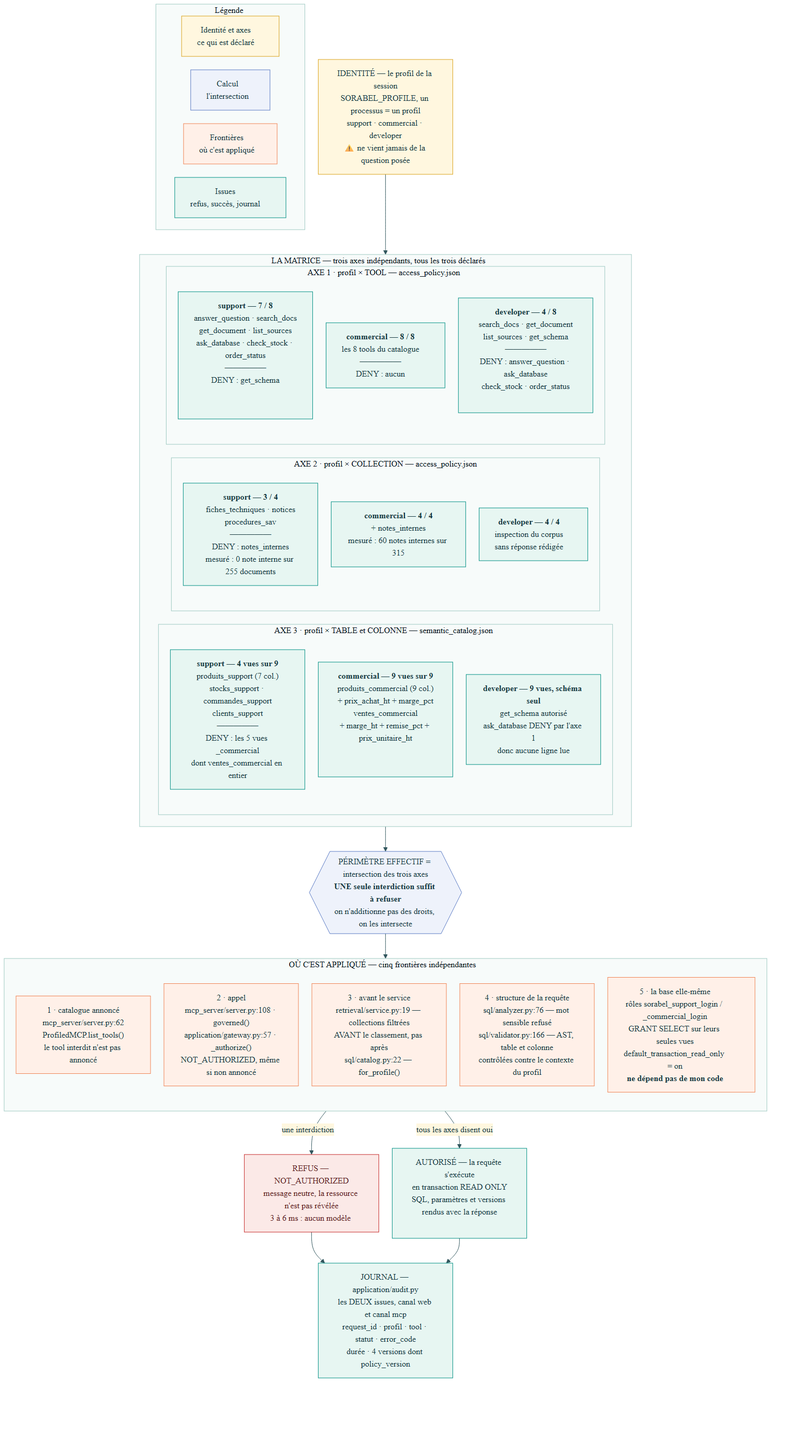
Ganda15/sorabel-gateway keeps this Mermaid diagram as docs/livrable/architecture/diagrams/15-matrice-acces-complete.png. Above is the earlier version. Its source is kept beside it as docs/livrable/architecture/diagrams/15-matrice-acces-complete.mmd.
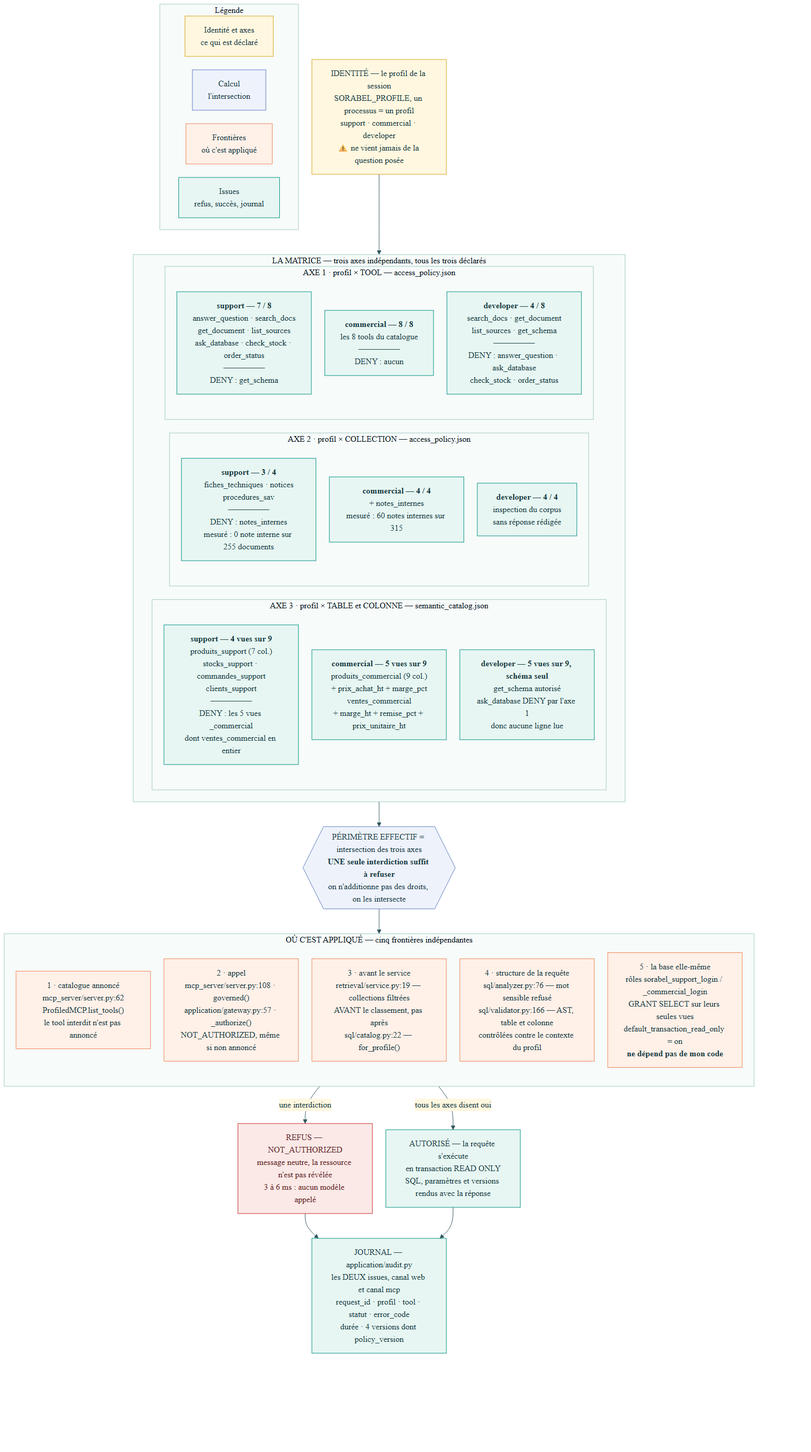
Above is the later version.

Commit message:
Corriger le nombre de vues par profil : le schema 15 annoncait 9, il y en a 5

Diff of the diagram source:
```diff
@@ -23,8 +23,8 @@
     subgraph A3["AXE 3 · profil × TABLE et COLONNE — semantic_catalog.json"]
       direction TB
       S1["<b>support — 4 vues sur 9</b><br/>produits_support (7 col.)<br/>stocks_support · commandes_support<br/>clients_support<br/>—————<br/>DENY : les 5 vues _commercial<br/>dont ventes_commercial en entier"]
-      S2["<b>commercial — 9 vues sur 9</b><br/>produits_commercial (9 col.)<br/>+ prix_achat_ht + marge_pct<br/>ventes_commercial<br/>+ marge_ht + remise_pct + prix_unitaire_ht"]
-      S3["<b>developer — 9 vues, schéma seul</b><br/>get_schema autorisé<br/>ask_database DENY par l'axe 1<br/>donc aucune ligne lue"]
+      S2["<b>commercial — 5 vues sur 9</b><br/>produits_commercial (9 col.)<br/>+ prix_achat_ht + marge_pct<br/>ventes_commercial<br/>+ marge_ht + remise_pct + prix_unitaire_ht"]
+      S3["<b>developer — 5 vues sur 9, schéma seul</b><br/>get_schema autorisé<br/>ask_database DENY par l'axe 1<br/>donc aucune ligne lue"]
     end
 
     subgraph A2["AXE 2 · profil × COLLECTION — access_policy.json"]
```
